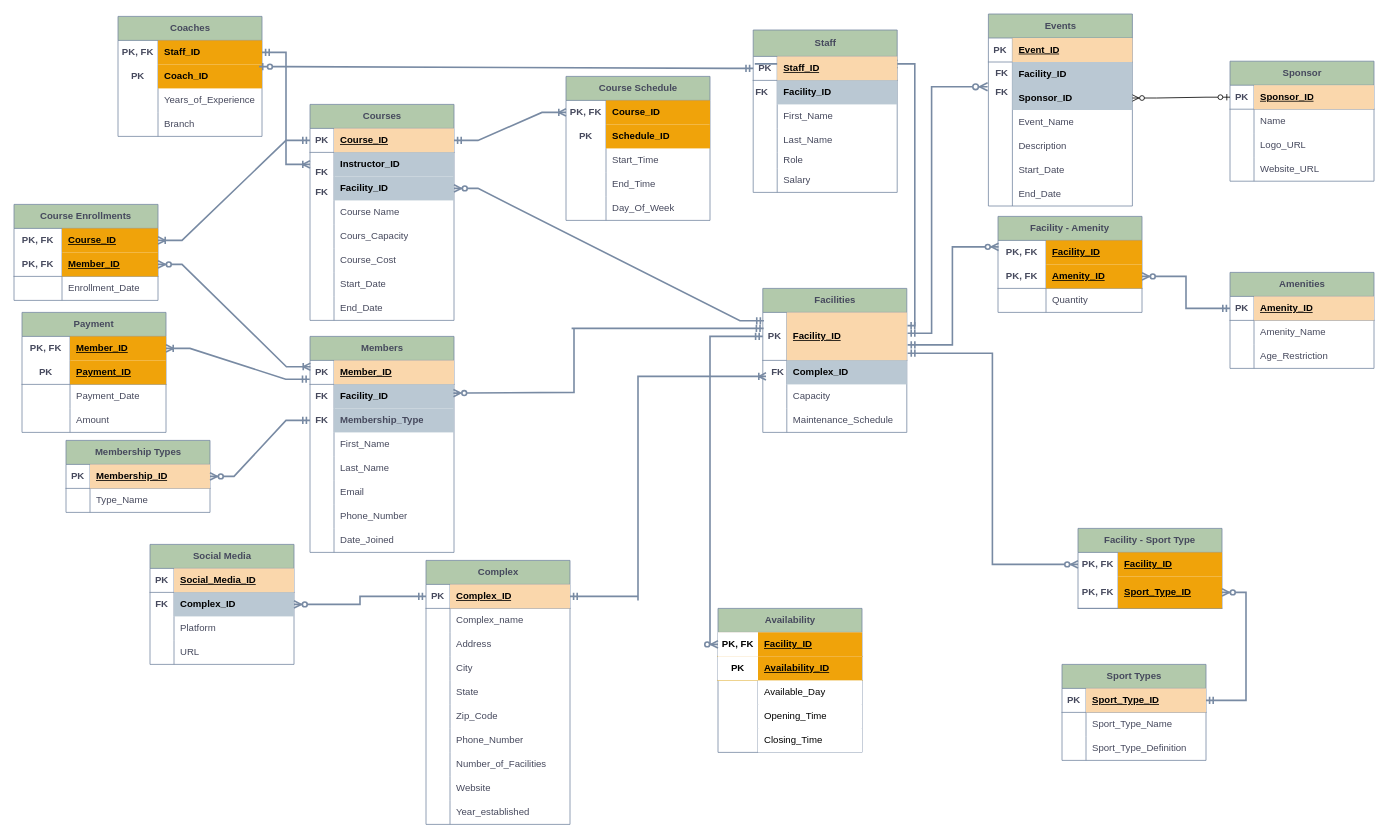
The draw.io diagram cardinality/cardinality.drawio in PloKoon68/Sport-Complexes-Management-System-Database, before the edit. Source tidied: cells renumbered, new cells numbered last; positions are measured from the earlier drawing's top-left corner, leaving out a move shared by most shapes. Both pictures are drawn from the tidied source at 80%, with x=0, y=0 at pixel (14, 14).
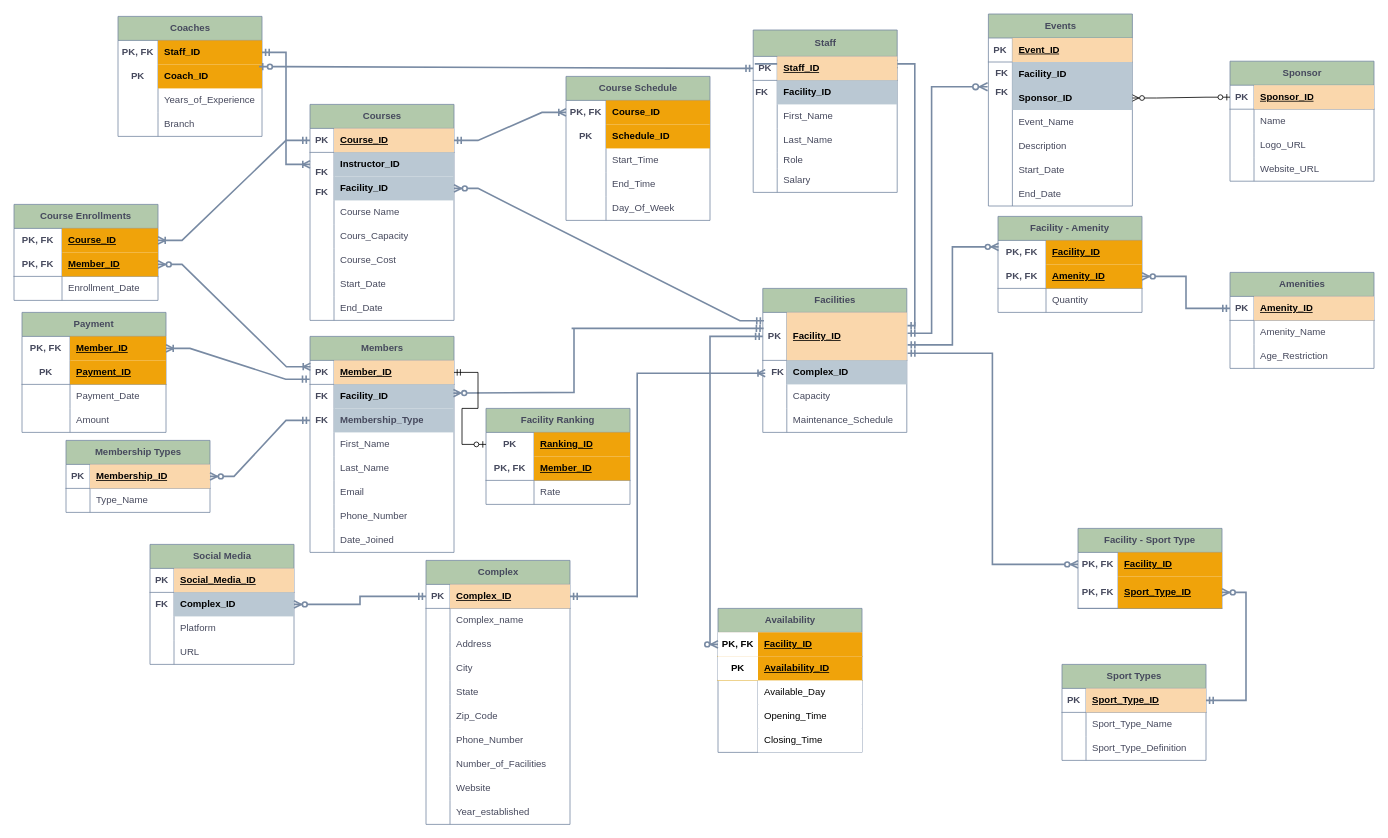
Above is the later version.

Unchanged cells that the change refers to:
```xml
<mxCell id="96" style="shape=tableRow;horizontal=0;startSize=0;swimlaneHead=0;swimlaneBody=0;fillColor=none;points=[[0,0.5],[1,0.5]];portConstraint=eastwest;top=0;left=0;right=0;bottom=1;strokeColor=#788AA3;fontColor=#46495D;labelBackgroundColor=none;" parent="95" vertex="1">
  <mxGeometry y="30" width="180" height="30" as="geometry" />
</mxCell>
```

Diff of the diagram source:
```diff
@@
     <mxCell id="270" style="endArrow=none;html=1;rounded=0;startArrow=ERoneToMany;startFill=0;fillColor=#647687;strokeColor=#788AA3;strokeWidth=2;" parent="1" edge="1">
       <mxGeometry relative="1" as="geometry">
-        <mxPoint x="940" y="453" as="sourcePoint" />
-        <mxPoint x="780" y="733" as="targetPoint" />
+        <mxPoint x="939" y="449" as="sourcePoint" />
+        <mxPoint x="779" y="729" as="targetPoint" />
         <Array as="points">
-          <mxPoint x="780" y="453" />
+          <mxPoint x="779" y="449" />
         </Array>
       </mxGeometry>
     </mxCell>
@@
+    <mxCell id="307" value="Facility Ranking" style="shape=table;startSize=30;childLayout=tableLayout;rowLines=0;fontStyle=1;align=center;html=1;whiteSpace=wrap;strokeColor=#788AA3;fontColor=#46495D;fillColor=#B2C9AB;labelBackgroundColor=none;" parent="1" vertex="1">
+      <mxGeometry x="590" y="493" width="180" height="120" as="geometry" />
+    </mxCell>
+    <mxCell id="308" style="shape=tableRow;horizontal=0;startSize=0;swimlaneHead=0;swimlaneBody=0;fillColor=none;points=[[0,0.5],[1,0.5]];portConstraint=eastwest;top=0;left=0;right=0;bottom=0;html=1;strokeColor=#788AA3;fontColor=#46495D;labelBackgroundColor=none;" parent="307" vertex="1">
+      <mxGeometry y="30" width="180" height="30" as="geometry" />
+    </mxCell>
+    <mxCell id="309" value="PK" style="shape=partialRectangle;fillColor=none;top=0;left=0;bottom=0;right=0;fontStyle=1;overflow=hidden;html=1;whiteSpace=wrap;strokeColor=#788AA3;fontColor=#46495D;labelBackgroundColor=none;" parent="308" vertex="1">
+      <mxGeometry width="60" height="30" as="geometry" />
+    </mxCell>
+    <mxCell id="310" value="Ranking_ID" style="shape=partialRectangle;top=0;left=0;bottom=0;right=0;align=left;spacingLeft=6;fontStyle=5;overflow=hidden;html=1;whiteSpace=wrap;labelBackgroundColor=none;fillColor=#f0a30a;strokeColor=#BD7000;fontColor=#000000;" parent="308" vertex="1">
+      <mxGeometry x="60" width="120" height="30" as="geometry" />
+    </mxCell>
+    <mxCell id="311" style="shape=tableRow;horizontal=0;startSize=0;swimlaneHead=0;swimlaneBody=0;fillColor=none;top=0;left=0;right=0;bottom=1;html=1;strokeColor=#788AA3;fontColor=#46495D;labelBackgroundColor=none;" parent="307" vertex="1">
+      <mxGeometry y="60" width="180" height="30" as="geometry" />
+    </mxCell>
+    <mxCell id="312" value="PK, FK" style="shape=partialRectangle;fillColor=none;top=0;left=0;bottom=0;right=0;fontStyle=1;overflow=hidden;html=1;whiteSpace=wrap;strokeColor=#788AA3;fontColor=#46495D;labelBackgroundColor=none;" parent="311" vertex="1">
+      <mxGeometry width="60" height="30" as="geometry" />
+    </mxCell>
+    <mxCell id="313" value="Member_ID" style="shape=partialRectangle;fillColor=#f0a30a;top=0;left=0;bottom=0;right=0;align=left;spacingLeft=6;fontStyle=5;overflow=hidden;html=1;whiteSpace=wrap;strokeColor=#BD7000;labelBackgroundColor=none;fontColor=#000000;" parent="311" vertex="1">
+      <mxGeometry x="60" width="120" height="30" as="geometry" />
+    </mxCell>
+    <mxCell id="314" style="shape=tableRow;horizontal=0;startSize=0;swimlaneHead=0;swimlaneBody=0;fillColor=none;top=0;left=0;right=0;bottom=0;html=1;strokeColor=#788AA3;fontColor=#46495D;labelBackgroundColor=none;" parent="307" vertex="1">
+      <mxGeometry y="90" width="180" height="30" as="geometry" />
+    </mxCell>
+    <mxCell id="315" style="shape=partialRectangle;fillColor=none;top=0;left=0;bottom=0;right=0;overflow=hidden;html=1;whiteSpace=wrap;strokeColor=#788AA3;fontColor=#46495D;labelBackgroundColor=none;" parent="314" vertex="1">
+      <mxGeometry width="60" height="30" as="geometry" />
+    </mxCell>
+    <mxCell id="316" value="Rate" style="shape=partialRectangle;fillColor=none;top=0;left=0;bottom=0;right=0;align=left;spacingLeft=6;overflow=hidden;html=1;whiteSpace=wrap;strokeColor=#788AA3;fontColor=#46495D;labelBackgroundColor=none;" parent="314" vertex="1">
+      <mxGeometry x="60" width="120" height="30" as="geometry" />
+    </mxCell>
+    <mxCell id="317" style="edgeStyle=entityRelationEdgeStyle;fontSize=12;html=1;endArrow=ERzeroToOne;startArrow=ERmandOne;rounded=0;" parent="1" edge="1" source="96" target="308">
+      <mxGeometry relative="1" as="geometry" />
+    </mxCell>
```
